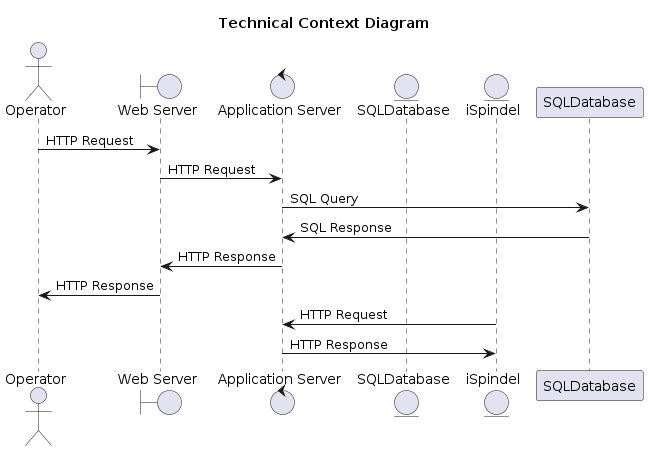
This is documents/01-Conception-Phase/images/03-Context-View-Technical.png from asbor/iu-project-software-engineering, a PlantUML export, as it was before one commit.
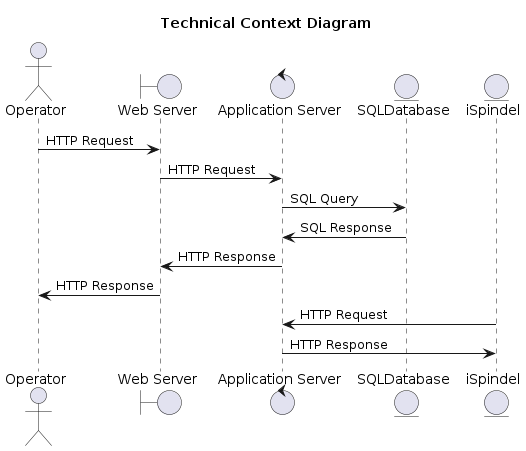
The same diagram one commit later.

Diff of the diagram source:
```diff
@@ -11,8 +11,8 @@
 
 user -> WebServer : HTTP Request
 WebServer -> AppServer : HTTP Request
-AppServer -> SQLDatabase : SQL Query
-SQLDatabase -> AppServer : SQL Response
+AppServer -> Database : SQL Query
+Database -> AppServer : SQL Response
 AppServer -> WebServer : HTTP Response
 WebServer -> user : HTTP Response
 
```
